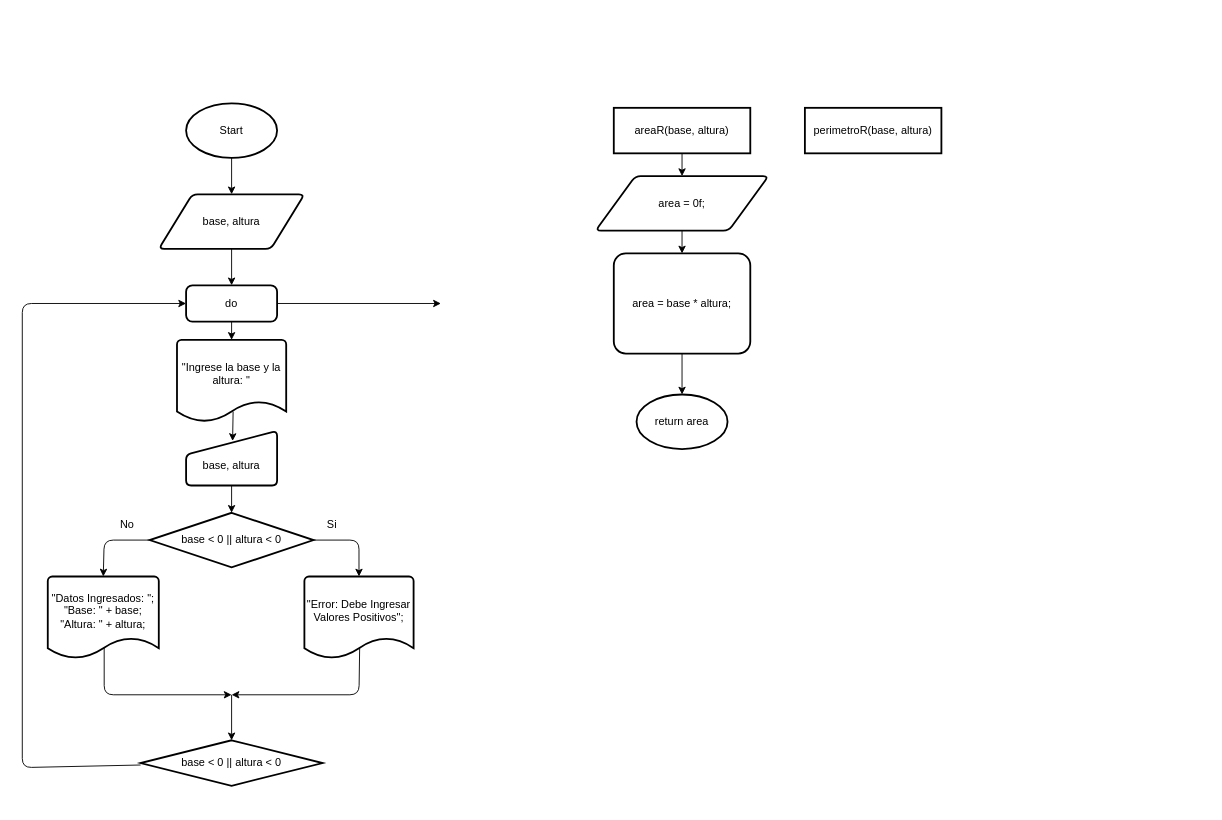
Above: AreaYPerimetroDeRectangulo.drawio in AnthonyLozadaAlexander/DiagramaDeFlujos (draw.io), before the change. Source tidied: cells renumbered, new cells numbered last; positions are measured from the earlier drawing's top-left corner, leaving out a move shared by most shapes. Both pictures are drawn from the tidied source at 91%, with x=0, y=0 at pixel (22, 103).
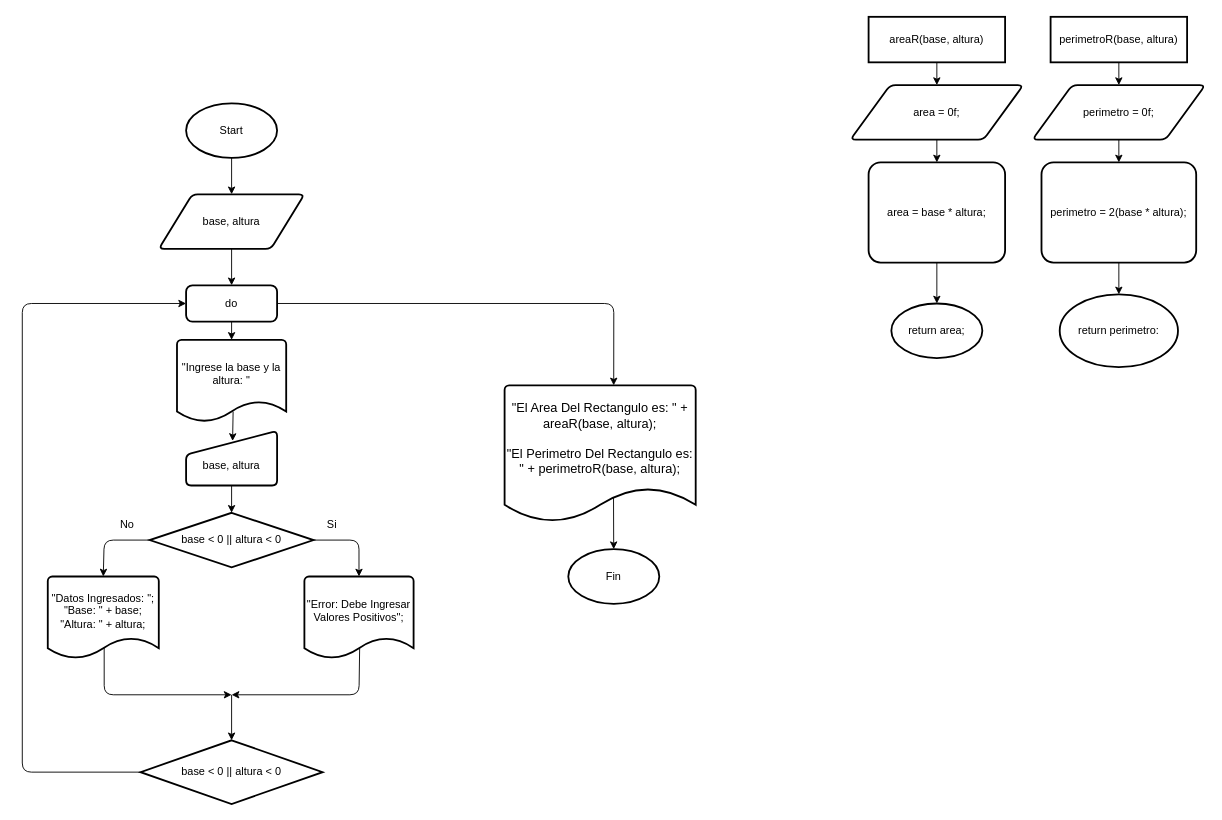
After the change.

Commit message:
Actualizar diagramas de flujo para mejorar la claridad y la presentación en varios archivos .drawio

The change refers to these unchanged cells:
```xml
<mxCell id="17" value="do" style="rounded=1;whiteSpace=wrap;html=1;absoluteArcSize=1;arcSize=14;strokeWidth=2;" parent="1" vertex="1">
  <mxGeometry x="180" y="200" width="100" height="40" as="geometry" />
</mxCell>
```

The edit, as a diff of the source:
```diff
@@
     <mxCell id="6" style="edgeStyle=none;html=1;entryX=0.5;entryY=0;entryDx=0;entryDy=0;" parent="1" edge="1" source="7">
       <mxGeometry relative="1" as="geometry">
-        <mxPoint x="725" y="80" as="targetPoint" />
+        <mxPoint x="1005" y="-20" as="targetPoint" />
       </mxGeometry>
     </mxCell>
     <mxCell id="7" value="areaR(base, altura)" style="rounded=0;whiteSpace=wrap;html=1;absoluteArcSize=1;arcSize=14;strokeWidth=2;glass=0;" parent="1" vertex="1">
-      <mxGeometry x="650" y="5" width="150" height="50" as="geometry" />
+      <mxGeometry x="930" y="-95" width="150" height="50" as="geometry" />
     </mxCell>
+    <mxCell id="33" style="edgeStyle=none;html=1;" parent="1" edge="1" source="8" target="35">
+      <mxGeometry relative="1" as="geometry" />
+    </mxCell>
     <mxCell id="8" value="perimetroR(base, altura)" style="rounded=0;whiteSpace=wrap;html=1;absoluteArcSize=1;arcSize=14;strokeWidth=2;glass=0;" parent="1" vertex="1">
-      <mxGeometry x="860" y="5" width="150" height="50" as="geometry" />
+      <mxGeometry x="1130" y="-95" width="150" height="50" as="geometry" />
     </mxCell>
@@
-    <mxCell id="16" style="edgeStyle=none;html=1;" parent="1" edge="1" source="17">
+    <mxCell id="16" style="edgeStyle=none;html=1;entryX=0.571;entryY=0;entryDx=0;entryDy=0;entryPerimeter=0;" parent="1" edge="1" source="17" target="40">
       <mxGeometry relative="1" as="geometry">
-        <mxPoint x="460" y="220" as="targetPoint" />
+        <Array as="points">
+          <mxPoint x="650" y="220" />
+        </Array>
       </mxGeometry>
     </mxCell>
@@
     <mxCell id="24" style="edgeStyle=none;html=1;entryX=0;entryY=0.5;entryDx=0;entryDy=0;" parent="1" edge="1" source="25" target="17">
       <mxGeometry relative="1" as="geometry">
         <Array as="points">
-          <mxPoint y="730" />
+          <mxPoint y="735" />
           <mxPoint y="220" />
         </Array>
       </mxGeometry>
     </mxCell>
     <mxCell id="25" value="base &amp;lt; 0 || altura &amp;lt; 0" style="strokeWidth=2;html=1;shape=mxgraph.flowchart.decision;whiteSpace=wrap;" parent="1" vertex="1">
-      <mxGeometry x="130" y="700" width="200" height="50" as="geometry" />
+      <mxGeometry x="130" y="700" width="200" height="70" as="geometry" />
     </mxCell>
@@
     <mxCell id="29" value="area = 0f;" style="shape=parallelogram;html=1;strokeWidth=2;perimeter=parallelogramPerimeter;whiteSpace=wrap;rounded=1;arcSize=12;size=0.23;" parent="1" vertex="1">
-      <mxGeometry x="630" y="80" width="190" height="60" as="geometry" />
+      <mxGeometry x="910" y="-20" width="190" height="60" as="geometry" />
     </mxCell>
     <mxCell id="30" value="area = base * altura;" style="whiteSpace=wrap;html=1;strokeWidth=2;rounded=1;arcSize=12;" parent="1" vertex="1">
-      <mxGeometry x="650" y="165" width="150" height="110" as="geometry" />
+      <mxGeometry x="930" y="65" width="150" height="110" as="geometry" />
     </mxCell>
-    <mxCell id="31" value="return area" style="strokeWidth=2;html=1;shape=mxgraph.flowchart.start_1;whiteSpace=wrap;" parent="1" vertex="1">
-      <mxGeometry x="675" y="320" width="100" height="60" as="geometry" />
+    <mxCell id="31" value="return area;" style="strokeWidth=2;html=1;shape=mxgraph.flowchart.start_1;whiteSpace=wrap;" parent="1" vertex="1">
+      <mxGeometry x="955" y="220" width="100" height="60" as="geometry" />
     </mxCell>
@@
+    <mxCell id="34" style="edgeStyle=none;html=1;" parent="1" edge="1" source="35" target="36">
+      <mxGeometry relative="1" as="geometry" />
+    </mxCell>
+    <mxCell id="35" value="perimetro = 0f;" style="shape=parallelogram;html=1;strokeWidth=2;perimeter=parallelogramPerimeter;whiteSpace=wrap;rounded=1;arcSize=12;size=0.23;" parent="1" vertex="1">
+      <mxGeometry x="1110" y="-20" width="190" height="60" as="geometry" />
+    </mxCell>
+    <mxCell id="36" value="perimetro = 2(base * altura);" style="whiteSpace=wrap;html=1;strokeWidth=2;rounded=1;arcSize=12;" parent="1" vertex="1">
+      <mxGeometry x="1120" y="65" width="170" height="110" as="geometry" />
+    </mxCell>
+    <mxCell id="37" value="return perimetro:" style="strokeWidth=2;html=1;shape=mxgraph.flowchart.start_1;whiteSpace=wrap;" parent="1" vertex="1">
+      <mxGeometry x="1140" y="210" width="130" height="80" as="geometry" />
+    </mxCell>
+    <mxCell id="38" style="edgeStyle=none;html=1;entryX=0.5;entryY=0;entryDx=0;entryDy=0;entryPerimeter=0;" parent="1" edge="1" source="36" target="37">
+      <mxGeometry relative="1" as="geometry" />
+    </mxCell>
+    <mxCell id="39" style="edgeStyle=none;html=1;exitX=0.57;exitY=0.822;exitDx=0;exitDy=0;exitPerimeter=0;" parent="1" edge="1" source="40" target="41">
+      <mxGeometry relative="1" as="geometry" />
+    </mxCell>
+    <mxCell id="40" value="&lt;font style=&quot;color: rgb(0, 0, 0);&quot;&gt;&quot;El Area Del Rectangulo es: &quot; + areaR(base, altura);&lt;/font&gt;&lt;div&gt;&lt;font color=&quot;#000000&quot;&gt;&lt;br&gt;&lt;/font&gt;&lt;div&gt;&lt;font style=&quot;color: rgb(0, 0, 0);&quot;&gt;&quot;El Perimetro Del Rectangulo es: &quot; + perimetroR(base, altura);&lt;/font&gt;&lt;/div&gt;&lt;div&gt;&lt;font style=&quot;color: rgb(0, 0, 0);&quot;&gt;&lt;br&gt;&lt;/font&gt;&lt;/div&gt;&lt;div&gt;&lt;br&gt;&lt;/div&gt;&lt;/div&gt;" style="strokeWidth=2;html=1;shape=mxgraph.flowchart.document2;whiteSpace=wrap;size=0.25;fontSize=14;" parent="1" vertex="1">
+      <mxGeometry x="530" y="310" width="210" height="150" as="geometry" />
+    </mxCell>
+    <mxCell id="41" value="Fin" style="strokeWidth=2;html=1;shape=mxgraph.flowchart.start_1;whiteSpace=wrap;" parent="1" vertex="1">
+      <mxGeometry x="600" y="490" width="100" height="60" as="geometry" />
+    </mxCell>
```
